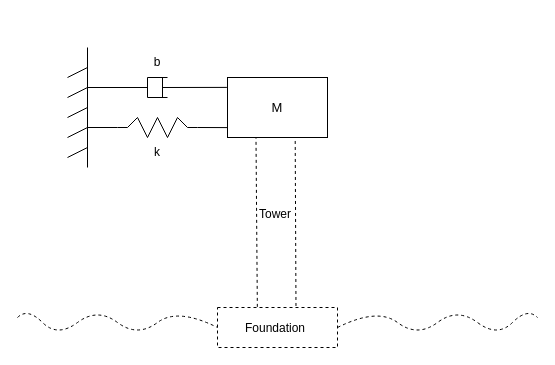
MortMort/CA9_Writings keeps this draw.io diagram as Graphics/wtLinForeAftMotionModel.drawio. Above is the earlier version. Source tidied: cells renumbered, new cells numbered last; positions are measured from the earlier drawing's top-left corner, leaving out a move shared by most shapes. Both pictures are drawn from the tidied source at 100%, with x=0, y=0 at pixel (17, 47).
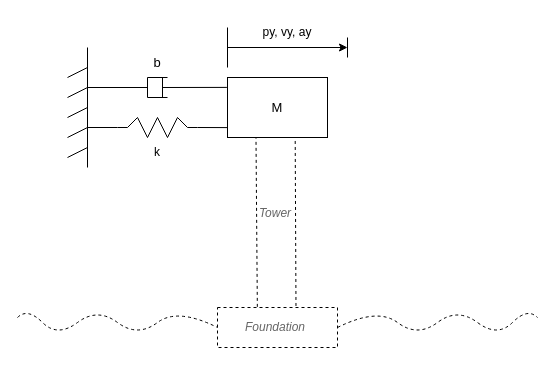
The same page after the edit.

What changed in the source:
```diff
@@
-    <mxCell id="26" value="&lt;font style=&quot;font-size: 12px;&quot;&gt;Tower&lt;/font&gt;" style="text;html=1;strokeColor=none;fillColor=none;align=center;verticalAlign=middle;whiteSpace=wrap;rounded=0;dashed=1;fontSize=13;" parent="1" vertex="1">
+    <mxCell id="26" value="&lt;font style=&quot;font-size: 12px;&quot;&gt;Tower&lt;/font&gt;" style="text;html=1;strokeColor=none;fillColor=none;align=center;verticalAlign=middle;rounded=0;dashed=1;fontSize=12;fontStyle=2;glass=0;whiteSpace=wrap;textOpacity=60;" parent="1" vertex="1">
       <mxGeometry x="228" y="151" width="60" height="30" as="geometry" />
     </mxCell>
-    <mxCell id="27" value="&lt;font style=&quot;font-size: 12px;&quot;&gt;Foundation&lt;/font&gt;" style="text;html=1;strokeColor=none;fillColor=none;align=center;verticalAlign=middle;whiteSpace=wrap;rounded=0;dashed=1;fontSize=13;" parent="1" vertex="1">
+    <mxCell id="27" value="&lt;font style=&quot;font-size: 12px;&quot;&gt;Foundation&lt;/font&gt;" style="text;html=1;strokeColor=none;fillColor=none;align=center;verticalAlign=middle;whiteSpace=wrap;rounded=0;dashed=1;fontSize=12;fontStyle=2;textOpacity=60;" parent="1" vertex="1">
       <mxGeometry x="228" y="265" width="60" height="30" as="geometry" />
     </mxCell>
@@
-    <mxCell id="30" value="b" style="text;html=1;strokeColor=none;fillColor=none;align=center;verticalAlign=middle;whiteSpace=wrap;rounded=0;dashed=1;fontSize=12;" parent="1" vertex="1">
+    <mxCell id="30" value="&lt;font style=&quot;font-size: 13px;&quot;&gt;b&lt;/font&gt;" style="text;html=1;strokeColor=none;fillColor=none;align=center;verticalAlign=middle;whiteSpace=wrap;rounded=0;dashed=1;fontSize=12;" parent="1" vertex="1">
       <mxGeometry x="110" width="60" height="30" as="geometry" />
     </mxCell>
-    <mxCell id="31" value="k" style="text;html=1;strokeColor=none;fillColor=none;align=center;verticalAlign=middle;whiteSpace=wrap;rounded=0;dashed=1;fontSize=12;" parent="1" vertex="1">
+    <mxCell id="31" value="k" style="text;html=1;strokeColor=none;fillColor=none;align=center;verticalAlign=middle;whiteSpace=wrap;rounded=0;dashed=1;fontSize=12;strokeWidth=2;" parent="1" vertex="1">
       <mxGeometry x="110" y="90" width="60" height="30" as="geometry" />
     </mxCell>
@@
+    <mxCell id="37" style="endArrow=none;html=1;rounded=0;strokeWidth=1;fontSize=12;" parent="1" edge="1">
+      <mxGeometry relative="1" as="geometry">
+        <mxPoint x="210" y="20" as="sourcePoint" />
+        <mxPoint x="210" y="-20" as="targetPoint" />
+      </mxGeometry>
+    </mxCell>
+    <mxCell id="38" style="endArrow=none;html=1;rounded=0;strokeWidth=1;fontSize=12;endFill=0;startArrow=classic;startFill=1;" parent="1" edge="1">
+      <mxGeometry relative="1" as="geometry">
+        <mxPoint x="330" as="sourcePoint" />
+        <mxPoint x="210" as="targetPoint" />
+      </mxGeometry>
+    </mxCell>
+    <mxCell id="39" style="endArrow=none;html=1;rounded=0;strokeWidth=1;fontSize=12;" parent="1" edge="1">
+      <mxGeometry relative="1" as="geometry">
+        <mxPoint x="330" y="10" as="sourcePoint" />
+        <mxPoint x="330" y="-10" as="targetPoint" />
+      </mxGeometry>
+    </mxCell>
+    <mxCell id="40" value="py, vy, ay" style="text;html=1;strokeColor=none;fillColor=none;align=center;verticalAlign=middle;whiteSpace=wrap;rounded=0;glass=0;dashed=1;strokeWidth=2;fontSize=12;" parent="1" vertex="1">
+      <mxGeometry x="240" y="-30" width="60" height="30" as="geometry" />
+    </mxCell>
```
